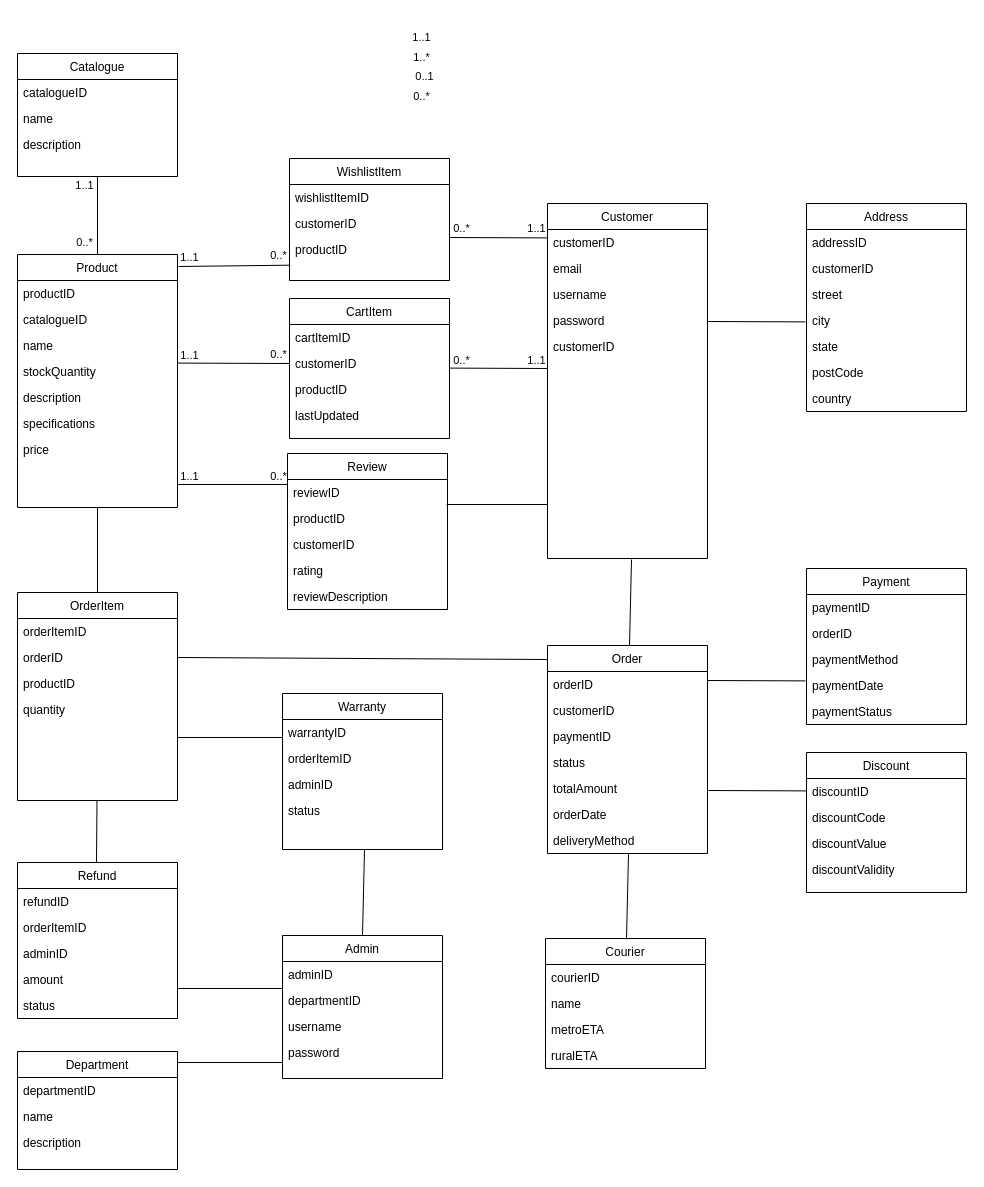
Sam-WebP/CSU keeps this draw.io diagram as ITC211 System Analysis and Design/Untitled Diagram.drawio. Above is the earlier version. Source tidied: cells renumbered, new cells numbered last; positions are measured from the earlier drawing's top-left corner, leaving out a move shared by most shapes. Both pictures are drawn from the tidied source at 100%, with x=0, y=0 at pixel (17, 17).
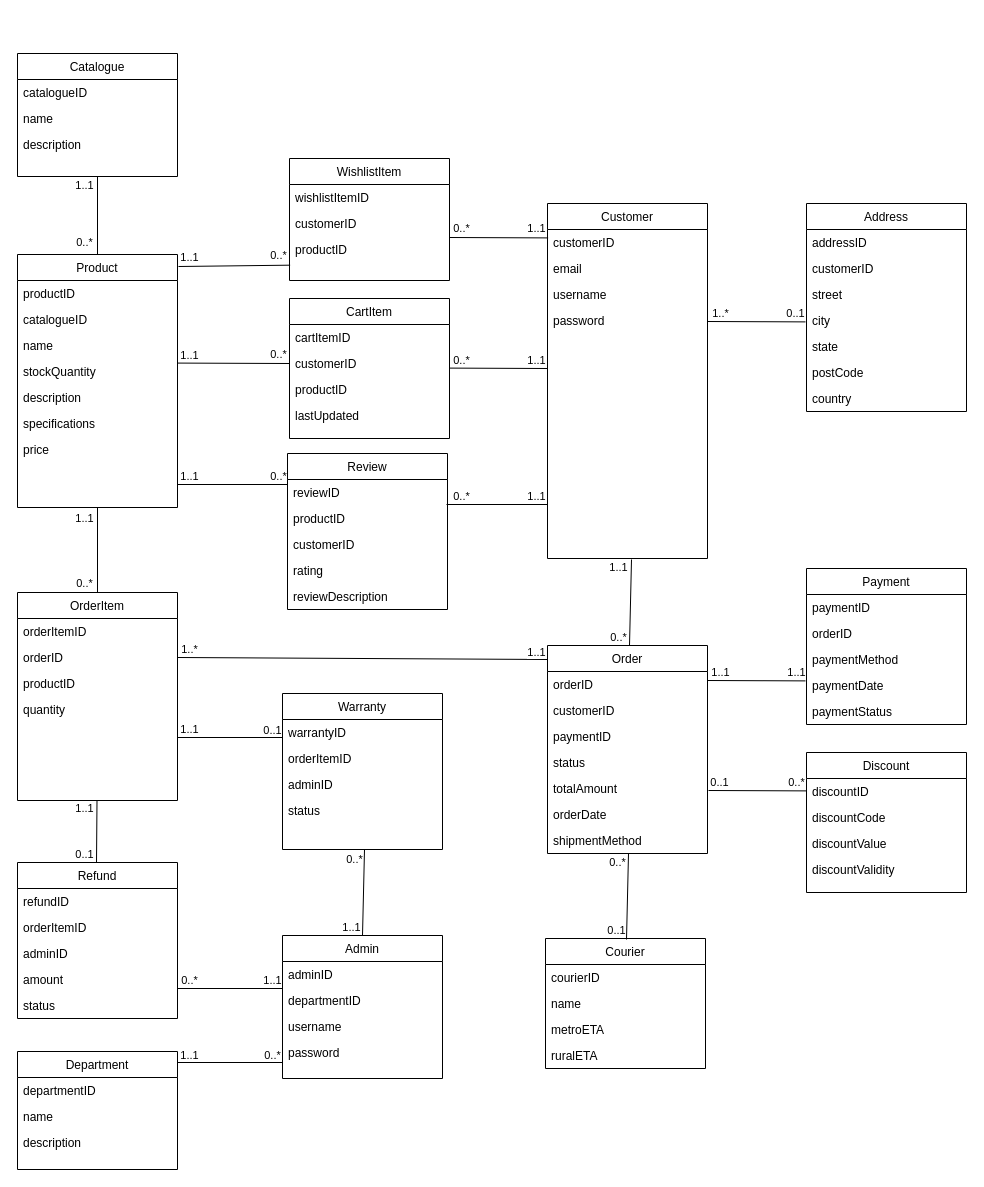
After the change.

Commit message:
Finished connected the cardinality between classes.drawio

The change refers to these unchanged cells:
```xml
<mxCell id="2" value="Customer" style="swimlane;fontStyle=0;align=center;verticalAlign=top;horizontal=1;startSize=26;rounded=0;shadow=0;strokeWidth=1;" parent="1" vertex="1">
  <mxGeometry x="530" y="186" width="160" height="355" as="geometry" />
</mxCell>
<mxCell id="52" value="Order" style="swimlane;fontStyle=0;align=center;verticalAlign=top;horizontal=1;startSize=26;rounded=0;shadow=0;strokeWidth=1;" parent="1" vertex="1">
  <mxGeometry x="530" y="628" width="160" height="208" as="geometry" />
</mxCell>
<mxCell id="88" style="endArrow=none;html=1;rounded=0;exitX=0.5;exitY=0;exitDx=0;exitDy=0;entryX=0.5;entryY=1;entryDx=0;entryDy=0;" parent="1" edge="1" source="22" target="30">
  <mxGeometry relative="1" as="geometry" />
</mxCell>
```

Diff of the diagram source:
```diff
@@
-    <mxCell id="7" value="customerID" style="text;align=left;verticalAlign=top;spacingLeft=4;spacingRight=4;overflow=hidden;" parent="2" vertex="1">
-      <mxGeometry y="130" width="160" height="26" as="geometry" />
-    </mxCell>
@@
-    <mxCell id="59" value="deliveryMethod" style="text;align=left;verticalAlign=top;spacingLeft=4;spacingRight=4;overflow=hidden;rounded=0;shadow=0;html=0;" parent="52" vertex="1">
+    <mxCell id="59" value="shipmentMethod" style="text;align=left;verticalAlign=top;spacingLeft=4;spacingRight=4;overflow=hidden;rounded=0;shadow=0;html=0;" parent="52" vertex="1">
       <mxGeometry y="182" width="160" height="26" as="geometry" />
     </mxCell>
@@
-    <mxCell id="89" value="0..1" style="edgeLabel;html=1;align=center;verticalAlign=middle;" parent="88" vertex="1">
-      <mxGeometry x="0.54" relative="1" as="geometry">
-        <mxPoint x="326" y="-119" as="offset" />
-      </mxGeometry>
-    </mxCell>
@@
-    <mxCell id="112" value="0..*" style="edgeLabel;html=1;align=center;verticalAlign=middle;" parent="1" vertex="1">
-      <mxGeometry x="408" y="59" as="geometry">
-        <mxPoint x="-5" y="19" as="offset" />
-      </mxGeometry>
-    </mxCell>
-    <mxCell id="113" value="1..*" style="edgeLabel;html=1;align=center;verticalAlign=middle;" parent="1" vertex="1">
-      <mxGeometry x="408" y="20" as="geometry">
-        <mxPoint x="-5" y="19" as="offset" />
-      </mxGeometry>
-    </mxCell>
-    <mxCell id="114" value="1..1" style="edgeLabel;html=1;align=center;verticalAlign=middle;" parent="1" vertex="1">
-      <mxGeometry x="408" as="geometry">
-        <mxPoint x="-5" y="19" as="offset" />
-      </mxGeometry>
-    </mxCell>
@@
+    <mxCell id="127" value="1..1" style="edgeLabel;html=1;align=center;verticalAlign=middle;" parent="1" vertex="1">
+      <mxGeometry x="523" y="459" as="geometry">
+        <mxPoint x="-5" y="19" as="offset" />
+      </mxGeometry>
+    </mxCell>
+    <mxCell id="128" value="0..*" style="edgeLabel;html=1;align=center;verticalAlign=middle;" parent="1" vertex="1">
+      <mxGeometry x="448" y="459" as="geometry">
+        <mxPoint x="-5" y="19" as="offset" />
+      </mxGeometry>
+    </mxCell>
+    <mxCell id="129" value="0..1" style="edgeLabel;html=1;align=center;verticalAlign=middle;" parent="1" vertex="1">
+      <mxGeometry x="688" y="269" as="geometry">
+        <mxPoint x="89" y="26" as="offset" />
+      </mxGeometry>
+    </mxCell>
+    <mxCell id="130" value="1..*" style="edgeLabel;html=1;align=center;verticalAlign=middle;" parent="1" vertex="1">
+      <mxGeometry x="707" y="276" as="geometry">
+        <mxPoint x="-5" y="19" as="offset" />
+      </mxGeometry>
+    </mxCell>
+    <mxCell id="131" value="0..*" style="edgeLabel;html=1;align=center;verticalAlign=middle;" parent="1" vertex="1">
+      <mxGeometry x="605" y="600" as="geometry">
+        <mxPoint x="-5" y="19" as="offset" />
+      </mxGeometry>
+    </mxCell>
+    <mxCell id="132" value="1..1" style="edgeLabel;html=1;align=center;verticalAlign=middle;" parent="1" vertex="1">
+      <mxGeometry x="605" y="530" as="geometry">
+        <mxPoint x="-5" y="19" as="offset" />
+      </mxGeometry>
+    </mxCell>
+    <mxCell id="133" value="1..1" style="edgeLabel;html=1;align=center;verticalAlign=middle;" parent="1" vertex="1">
+      <mxGeometry x="783" y="635" as="geometry">
+        <mxPoint x="-5" y="19" as="offset" />
+      </mxGeometry>
+    </mxCell>
+    <mxCell id="134" value="1..1" style="edgeLabel;html=1;align=center;verticalAlign=middle;" parent="1" vertex="1">
+      <mxGeometry x="707" y="635" as="geometry">
+        <mxPoint x="-5" y="19" as="offset" />
+      </mxGeometry>
+    </mxCell>
+    <mxCell id="135" value="0..*" style="edgeLabel;html=1;align=center;verticalAlign=middle;" parent="1" vertex="1">
+      <mxGeometry x="783" y="745" as="geometry">
+        <mxPoint x="-5" y="19" as="offset" />
+      </mxGeometry>
+    </mxCell>
+    <mxCell id="136" value="0..1" style="edgeLabel;html=1;align=center;verticalAlign=middle;" parent="1" vertex="1">
+      <mxGeometry x="580" y="686" as="geometry">
+        <mxPoint x="121" y="78" as="offset" />
+      </mxGeometry>
+    </mxCell>
+    <mxCell id="137" value="0..1" style="edgeLabel;html=1;align=center;verticalAlign=middle;" parent="1" vertex="1">
+      <mxGeometry x="415" y="132" as="geometry">
+        <mxPoint x="183" y="780" as="offset" />
+      </mxGeometry>
+    </mxCell>
+    <mxCell id="138" value="0..*" style="edgeLabel;html=1;align=center;verticalAlign=middle;" parent="1" vertex="1">
+      <mxGeometry x="604" y="825" as="geometry">
+        <mxPoint x="-5" y="19" as="offset" />
+      </mxGeometry>
+    </mxCell>
+    <mxCell id="139" value="1..1" style="edgeLabel;html=1;align=center;verticalAlign=middle;" parent="1" vertex="1">
+      <mxGeometry x="71" y="481" as="geometry">
+        <mxPoint x="-5" y="19" as="offset" />
+      </mxGeometry>
+    </mxCell>
+    <mxCell id="140" value="0..*" style="edgeLabel;html=1;align=center;verticalAlign=middle;" parent="1" vertex="1">
+      <mxGeometry x="71" y="546" as="geometry">
+        <mxPoint x="-5" y="19" as="offset" />
+      </mxGeometry>
+    </mxCell>
+    <mxCell id="141" value="1..1" style="edgeLabel;html=1;align=center;verticalAlign=middle;" parent="1" vertex="1">
+      <mxGeometry x="523" y="615" as="geometry">
+        <mxPoint x="-5" y="19" as="offset" />
+      </mxGeometry>
+    </mxCell>
+    <mxCell id="142" value="1..*" style="edgeLabel;html=1;align=center;verticalAlign=middle;" parent="1" vertex="1">
+      <mxGeometry x="176" y="612" as="geometry">
+        <mxPoint x="-5" y="19" as="offset" />
+      </mxGeometry>
+    </mxCell>
+    <mxCell id="143" value="0..1" style="edgeLabel;html=1;align=center;verticalAlign=middle;" parent="1" vertex="1">
+      <mxGeometry x="254" y="712" as="geometry" />
+    </mxCell>
+    <mxCell id="144" value="0..1" style="edgeLabel;html=1;align=center;verticalAlign=middle;" parent="1" vertex="1">
+      <mxGeometry x="160" y="764" as="geometry">
+        <mxPoint x="-94" y="72" as="offset" />
+      </mxGeometry>
+    </mxCell>
+    <mxCell id="145" value="1..1" style="edgeLabel;html=1;align=center;verticalAlign=middle;" parent="1" vertex="1">
+      <mxGeometry x="176" y="692" as="geometry">
+        <mxPoint x="-5" y="19" as="offset" />
+      </mxGeometry>
+    </mxCell>
+    <mxCell id="146" value="1..1" style="edgeLabel;html=1;align=center;verticalAlign=middle;" parent="1" vertex="1">
+      <mxGeometry x="71" y="771" as="geometry">
+        <mxPoint x="-5" y="19" as="offset" />
+      </mxGeometry>
+    </mxCell>
+    <mxCell id="147" value="1..1" style="edgeLabel;html=1;align=center;verticalAlign=middle;" parent="1" vertex="1">
+      <mxGeometry x="338" y="890" as="geometry">
+        <mxPoint x="-5" y="19" as="offset" />
+      </mxGeometry>
+    </mxCell>
+    <mxCell id="148" value="0..*" style="edgeLabel;html=1;align=center;verticalAlign=middle;" parent="1" vertex="1">
+      <mxGeometry x="341" y="822" as="geometry">
+        <mxPoint x="-5" y="19" as="offset" />
+      </mxGeometry>
+    </mxCell>
+    <mxCell id="149" value="0..*" style="edgeLabel;html=1;align=center;verticalAlign=middle;" parent="1" vertex="1">
+      <mxGeometry x="176" y="943" as="geometry">
+        <mxPoint x="-5" y="19" as="offset" />
+      </mxGeometry>
+    </mxCell>
+    <mxCell id="150" value="1..1" style="edgeLabel;html=1;align=center;verticalAlign=middle;" parent="1" vertex="1">
+      <mxGeometry x="259" y="943" as="geometry">
+        <mxPoint x="-5" y="19" as="offset" />
+      </mxGeometry>
+    </mxCell>
+    <mxCell id="151" value="1..1" style="edgeLabel;html=1;align=center;verticalAlign=middle;" parent="1" vertex="1">
+      <mxGeometry x="176" y="1018" as="geometry">
+        <mxPoint x="-5" y="19" as="offset" />
+      </mxGeometry>
+    </mxCell>
+    <mxCell id="152" value="0..*" style="edgeLabel;html=1;align=center;verticalAlign=middle;" parent="1" vertex="1">
+      <mxGeometry x="259" y="1018" as="geometry">
+        <mxPoint x="-5" y="19" as="offset" />
+      </mxGeometry>
+    </mxCell>
```
